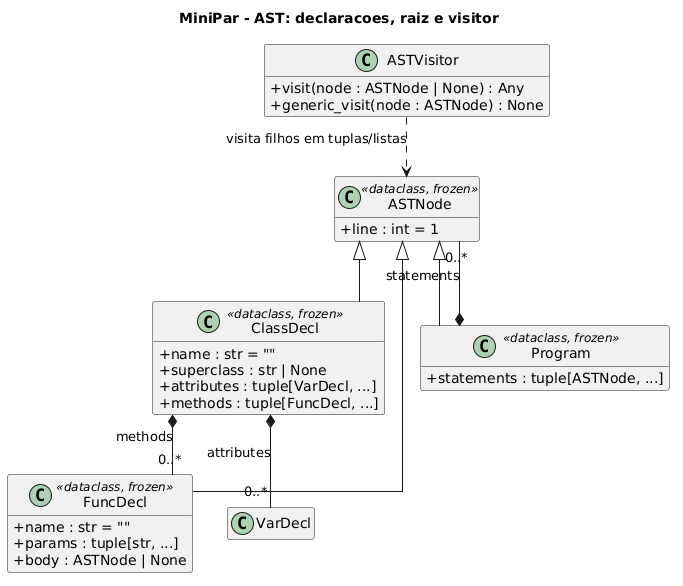
johnUFAL/minipar-improvement-2026.2 keeps this PlantUML diagram as docs/uml/ast_declaracoes.png. Above is the earlier version. Source of this version:
```plantuml
@startuml ast_declaracoes
title MiniPar - AST: declaracoes, raiz e visitor

skinparam classAttributeIconSize 0
skinparam shadowing false
skinparam linetype ortho
skinparam packageStyle rectangle
hide empty members

class ASTNode <<dataclass, frozen>> {
  +line : int = 1
}
class FuncDecl <<dataclass, frozen>> {
  +name : str = ""
  +params : tuple[str, ...]
  +body : ASTNode | None
}
class ClassDecl <<dataclass, frozen>> {
  +name : str = ""
  +superclass : str | None
  +attributes : tuple[VarDecl, ...]
  +methods : tuple[FuncDecl, ...]
}
class Program <<dataclass, frozen>> {
  +statements : tuple[ASTNode, ...]
}
class ASTVisitor {
  +visit(node : ASTNode | None) : Any
  +generic_visit(node : ASTNode) : None
}

ASTNode <|-- FuncDecl
ASTNode <|-- ClassDecl
ASTNode <|-- Program
Program *-- "0..*" ASTNode : statements
ClassDecl *-- "0..*" VarDecl : attributes
ClassDecl *-- "0..*" FuncDecl : methods
ASTVisitor ..> ASTNode : visita filhos em tuplas/listas
@enduml
```
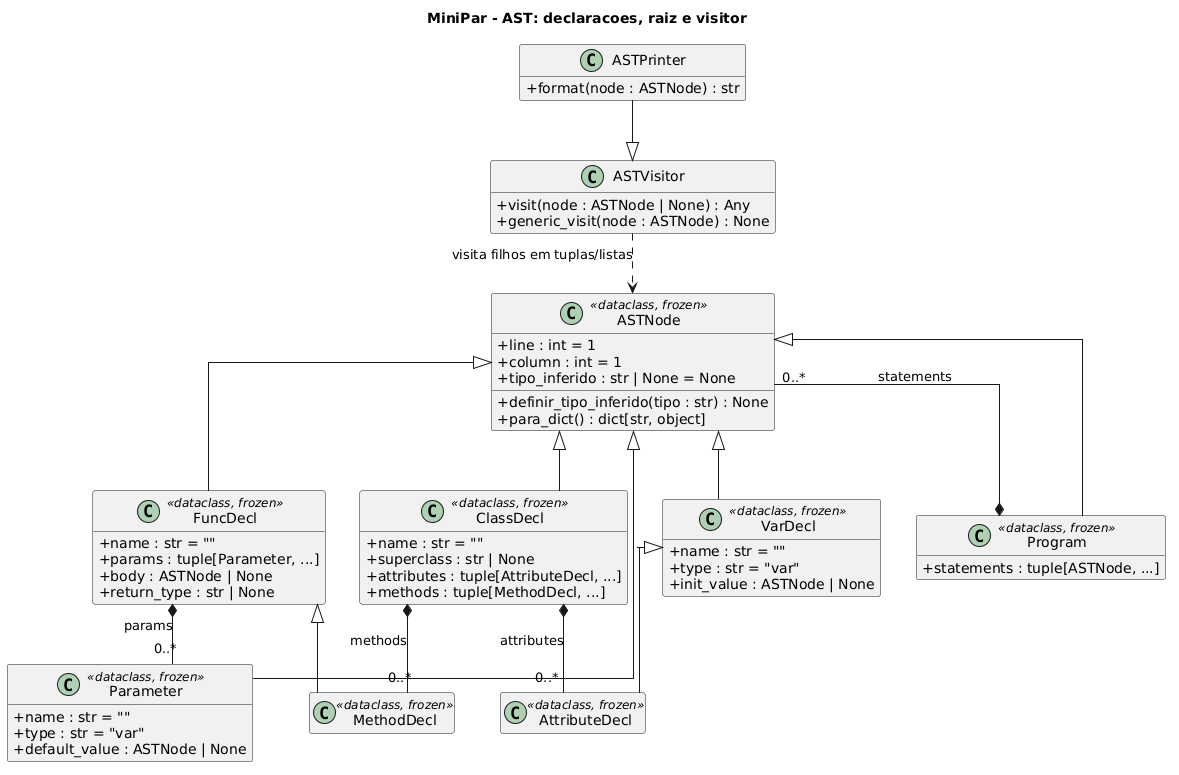
Above is the later version.

Change to the diagram source:
```diff
@@ -9,17 +9,34 @@
 
 class ASTNode <<dataclass, frozen>> {
   +line : int = 1
+  +column : int = 1
+  +tipo_inferido : str | None = None
+  +definir_tipo_inferido(tipo : str) : None
+  +para_dict() : dict[str, object]
 }
 class FuncDecl <<dataclass, frozen>> {
   +name : str = ""
-  +params : tuple[str, ...]
+  +params : tuple[Parameter, ...]
   +body : ASTNode | None
+  +return_type : str | None
+}
+class MethodDecl <<dataclass, frozen>>
+class Parameter <<dataclass, frozen>> {
+  +name : str = ""
+  +type : str = "var"
+  +default_value : ASTNode | None
+}
+class AttributeDecl <<dataclass, frozen>>
+class VarDecl <<dataclass, frozen>> {
+  +name : str = ""
+  +type : str = "var"
+  +init_value : ASTNode | None
 }
 class ClassDecl <<dataclass, frozen>> {
   +name : str = ""
   +superclass : str | None
-  +attributes : tuple[VarDecl, ...]
-  +methods : tuple[FuncDecl, ...]
+  +attributes : tuple[AttributeDecl, ...]
+  +methods : tuple[MethodDecl, ...]
 }
 class Program <<dataclass, frozen>> {
   +statements : tuple[ASTNode, ...]
@@ -28,12 +45,21 @@
   +visit(node : ASTNode | None) : Any
   +generic_visit(node : ASTNode) : None
 }
+class ASTPrinter {
+  +format(node : ASTNode) : str
+}
 
 ASTNode <|-- FuncDecl
+FuncDecl <|-- MethodDecl
+ASTNode <|-- Parameter
+VarDecl <|-- AttributeDecl
+ASTNode <|-- VarDecl
 ASTNode <|-- ClassDecl
 ASTNode <|-- Program
 Program *-- "0..*" ASTNode : statements
-ClassDecl *-- "0..*" VarDecl : attributes
-ClassDecl *-- "0..*" FuncDecl : methods
+ClassDecl *-- "0..*" AttributeDecl : attributes
+ClassDecl *-- "0..*" MethodDecl : methods
+FuncDecl *-- "0..*" Parameter : params
 ASTVisitor ..> ASTNode : visita filhos em tuplas/listas
+ASTPrinter --|> ASTVisitor
 @enduml
```
